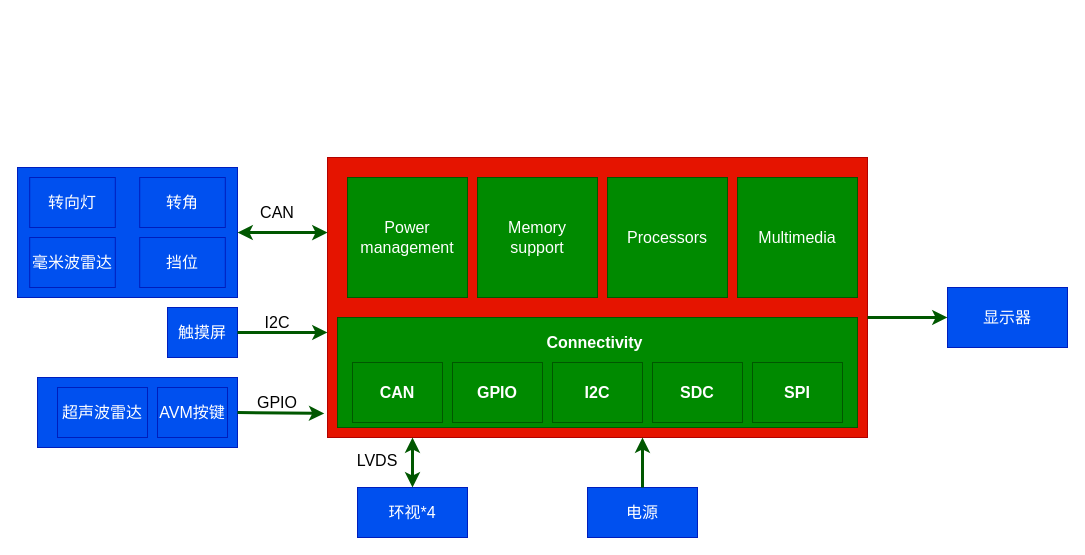
Above: page "硬件架构" (2 of 2) of AVM1.0.drawio in bugquella/diagrams (draw.io), before the change. Source tidied: cells renumbered, new cells numbered last; positions are measured from the earlier drawing's top-left corner, leaving out a move shared by most shapes. Both pictures are drawn from the tidied source at 100%, with x=0, y=0 at pixel (17, 157).
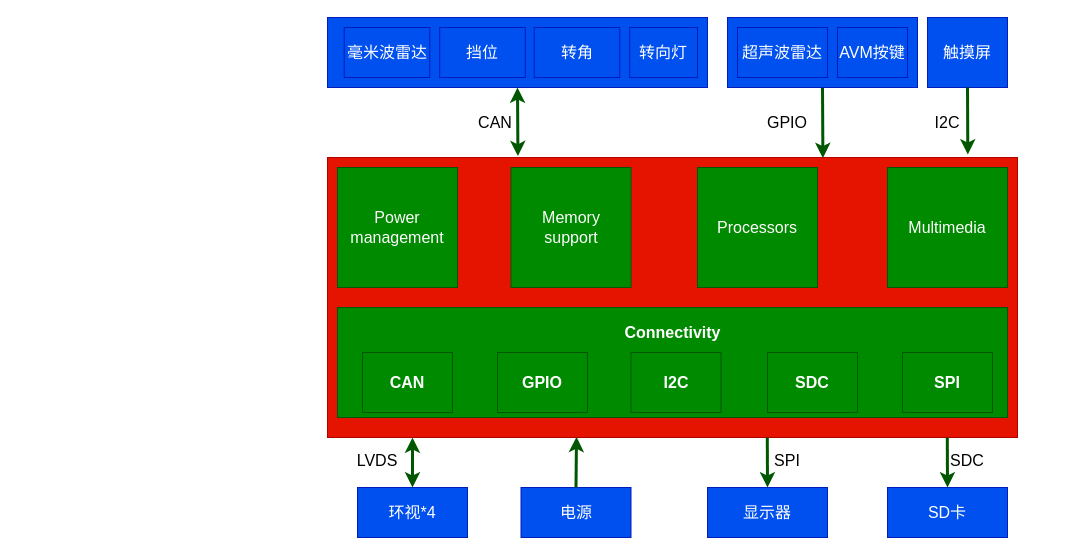
The same diagram, later.

What changed in the source:
```diff
@@
-    <mxCell id="2" style="rounded=0;whiteSpace=wrap;html=1;fillColor=#0050ef;fontColor=#ffffff;strokeColor=#001DBC;" parent="1" vertex="1">
-      <mxGeometry x="20" y="220" width="200" height="70" as="geometry" />
-    </mxCell>
@@
     <mxCell id="4" style="rounded=0;whiteSpace=wrap;html=1;fontSize=16;fillColor=#e51400;fontColor=#ffffff;strokeColor=#B20000;" parent="1" vertex="1">
-      <mxGeometry x="310" width="540" height="280" as="geometry" />
+      <mxGeometry x="310" width="690" height="280" as="geometry" />
     </mxCell>
     <mxCell id="5" value="触摸屏" style="rounded=0;whiteSpace=wrap;html=1;fontSize=16;fillColor=#0050ef;fontColor=#ffffff;strokeColor=#001DBC;" parent="1" vertex="1">
-      <mxGeometry x="150" y="150" width="70" height="50" as="geometry" />
+      <mxGeometry x="910" y="-140" width="80" height="70" as="geometry" />
     </mxCell>
-    <mxCell id="6" style="group;fontSize=16;fillColor=#0050ef;fontColor=#000000;strokeColor=#001DBC;" parent="1" vertex="1">
-      <mxGeometry y="10" width="220" height="130" as="geometry" />
-    </mxCell>
-    <mxCell id="7" style="rounded=0;whiteSpace=wrap;html=1;fontSize=12;fillColor=#0050ef;fontColor=#ffffff;strokeColor=#001DBC;" parent="6" vertex="1">
-      <mxGeometry width="220" height="130" as="geometry" />
-    </mxCell>
-    <mxCell id="8" value="&lt;font style=&quot;font-size: 16px&quot;&gt;转角&lt;/font&gt;" style="rounded=0;whiteSpace=wrap;html=1;fontSize=16;fillColor=#0050ef;fontColor=#ffffff;strokeColor=#001DBC;" parent="6" vertex="1">
-      <mxGeometry x="122.2" y="10" width="85.6" height="50" as="geometry" />
-    </mxCell>
-    <mxCell id="9" value="挡位" style="rounded=0;whiteSpace=wrap;html=1;fontSize=16;fillColor=#0050ef;fontColor=#ffffff;strokeColor=#001DBC;" parent="6" vertex="1">
-      <mxGeometry x="122.2" y="70" width="85.6" height="50" as="geometry" />
-    </mxCell>
-    <mxCell id="10" value="转向灯" style="rounded=0;whiteSpace=wrap;html=1;fontSize=16;fillColor=#0050ef;fontColor=#ffffff;strokeColor=#001DBC;" parent="6" vertex="1">
-      <mxGeometry x="12.2" y="10" width="85.6" height="50" as="geometry" />
-    </mxCell>
-    <mxCell id="11" value="毫米波雷达" style="rounded=0;whiteSpace=wrap;html=1;fontSize=16;fillColor=#0050ef;fontColor=#ffffff;strokeColor=#001DBC;" parent="6" vertex="1">
-      <mxGeometry x="12.2" y="70" width="85.6" height="50" as="geometry" />
-    </mxCell>
     <mxCell id="12" value="I2C" style="text;html=1;strokeColor=none;fillColor=none;align=center;verticalAlign=middle;whiteSpace=wrap;rounded=0;fontSize=16;" parent="1" vertex="1">
-      <mxGeometry x="230" y="150" width="60" height="30" as="geometry" />
+      <mxGeometry x="900" y="-50" width="60" height="30" as="geometry" />
     </mxCell>
-    <mxCell id="13" style="endArrow=classic;html=1;rounded=0;fontSize=12;strokeWidth=3;exitX=1;exitY=0.5;exitDx=0;exitDy=0;fillColor=#008a00;strokeColor=#005700;" parent="1" edge="1" source="5">
-      <mxGeometry relative="1" as="geometry">
-        <mxPoint x="310" y="175" as="targetPoint" />
-      </mxGeometry>
+    <mxCell id="13" style="endArrow=classic;html=1;rounded=0;fontSize=12;strokeWidth=3;exitX=0.5;exitY=1;exitDx=0;exitDy=0;fillColor=#008a00;strokeColor=#005700;entryX=0.928;entryY=-0.011;entryDx=0;entryDy=0;entryPerimeter=0;" parent="1" edge="1" source="5" target="4">
+      <mxGeometry relative="1" as="geometry" />
     </mxCell>
-    <mxCell id="14" value="AVM按键" style="rounded=0;whiteSpace=wrap;html=1;fontSize=16;fillColor=#0050ef;fontColor=#ffffff;strokeColor=#001DBC;" parent="1" vertex="1">
-      <mxGeometry x="140" y="230" width="70" height="50" as="geometry" />
-    </mxCell>
-    <mxCell id="15" style="endArrow=classic;html=1;rounded=0;fontSize=12;strokeWidth=3;fillColor=#008a00;strokeColor=#005700;entryX=-0.006;entryY=0.914;entryDx=0;entryDy=0;entryPerimeter=0;exitX=1;exitY=0.5;exitDx=0;exitDy=0;" parent="1" edge="1" source="2" target="4">
+    <mxCell id="15" style="endArrow=classic;html=1;rounded=0;fontSize=12;strokeWidth=3;fillColor=#008a00;strokeColor=#005700;exitX=0.5;exitY=1;exitDx=0;exitDy=0;entryX=0.718;entryY=0.002;entryDx=0;entryDy=0;entryPerimeter=0;" parent="1" edge="1" source="2" target="4">
       <mxGeometry relative="1" as="geometry" />
     </mxCell>
     <mxCell id="16" value="GPIO" style="text;html=1;strokeColor=none;fillColor=none;align=center;verticalAlign=middle;whiteSpace=wrap;rounded=0;fontSize=16;" parent="1" vertex="1">
-      <mxGeometry x="230" y="230" width="60" height="30" as="geometry" />
+      <mxGeometry x="740" y="-50" width="60" height="30" as="geometry" />
     </mxCell>
     <mxCell id="17" value="电源" style="rounded=0;whiteSpace=wrap;html=1;fontSize=16;align=center;fillColor=#0050ef;fontColor=#ffffff;strokeColor=#001DBC;" parent="1" vertex="1">
-      <mxGeometry x="570" y="330" width="110" height="50" as="geometry" />
+      <mxGeometry x="503.5" y="330" width="110" height="50" as="geometry" />
     </mxCell>
-    <mxCell id="18" style="endArrow=classic;html=1;rounded=0;fontSize=12;strokeWidth=3;exitX=0.5;exitY=0;exitDx=0;exitDy=0;fillColor=#008a00;strokeColor=#005700;" parent="1" edge="1" source="17">
+    <mxCell id="18" style="endArrow=classic;html=1;rounded=0;fontSize=12;strokeWidth=3;exitX=0.5;exitY=0;exitDx=0;exitDy=0;fillColor=#008a00;strokeColor=#005700;entryX=0.399;entryY=0.998;entryDx=0;entryDy=0;entryPerimeter=0;" parent="1" edge="1" source="17">
       <mxGeometry relative="1" as="geometry">
-        <mxPoint x="625" y="280" as="targetPoint" />
+        <mxPoint x="559" y="279.4" as="targetPoint" />
       </mxGeometry>
     </mxCell>
-    <mxCell id="19" value="超声波雷达" style="rounded=0;whiteSpace=wrap;html=1;fontSize=16;fillColor=#0050ef;fontColor=#ffffff;strokeColor=#001DBC;" parent="1" vertex="1">
-      <mxGeometry x="40" y="230" width="90" height="50" as="geometry" />
-    </mxCell>
     <mxCell id="20" value="显示器" style="rounded=0;whiteSpace=wrap;html=1;fontSize=16;fillColor=#0050ef;fontColor=#ffffff;strokeColor=#001DBC;" parent="1" vertex="1">
-      <mxGeometry x="930" y="130" width="120" height="60" as="geometry" />
+      <mxGeometry x="690" y="330" width="120" height="50" as="geometry" />
     </mxCell>
     <mxCell id="21" style="group;fontSize=16;fillColor=#008a00;fontColor=#ffffff;strokeColor=#005700;" parent="1" vertex="1">
-      <mxGeometry x="320" y="160" width="520" height="110" as="geometry" />
+      <mxGeometry x="330" y="150" width="520" height="110" as="geometry" />
     </mxCell>
-    <mxCell id="22" style="group;fillColor=#fad7ac;strokeColor=#b46504;fontColor=#000000;" parent="21" vertex="1">
-      <mxGeometry width="520" height="110" as="geometry" />
-    </mxCell>
-    <mxCell id="23" style="rounded=0;whiteSpace=wrap;html=1;strokeColor=#005700;fillColor=#008a00;fontColor=#ffffff;" parent="21" vertex="1">
-      <mxGeometry width="520" height="110" as="geometry" />
-    </mxCell>
-    <mxCell id="24" value="GPIO" style="rounded=0;whiteSpace=wrap;html=1;fillColor=#008a00;strokeColor=#005700;fontStyle=1;fontSize=16;fontColor=#ffffff;" parent="21" vertex="1">
-      <mxGeometry x="115" y="45" width="90" height="60" as="geometry" />
-    </mxCell>
-    <mxCell id="25" value="I2C" style="rounded=0;whiteSpace=wrap;html=1;fillColor=#008a00;strokeColor=#005700;fontStyle=1;fontSize=16;fontColor=#ffffff;" parent="21" vertex="1">
-      <mxGeometry x="215" y="45" width="90" height="60" as="geometry" />
-    </mxCell>
-    <mxCell id="26" value="SDC" style="rounded=0;whiteSpace=wrap;html=1;fillColor=#008a00;strokeColor=#005700;fontStyle=1;fontSize=16;fontColor=#ffffff;" parent="21" vertex="1">
-      <mxGeometry x="315" y="45" width="90" height="60" as="geometry" />
-    </mxCell>
-    <mxCell id="27" value="SPI" style="rounded=0;whiteSpace=wrap;html=1;fillColor=#008a00;strokeColor=#005700;fontStyle=1;fontSize=16;fontColor=#ffffff;" parent="21" vertex="1">
-      <mxGeometry x="415" y="45" width="90" height="60" as="geometry" />
-    </mxCell>
-    <mxCell id="28" value="CAN" style="rounded=0;whiteSpace=wrap;html=1;fillColor=#008a00;strokeColor=#005700;fontStyle=1;fontSize=16;fontColor=#ffffff;" parent="21" vertex="1">
-      <mxGeometry x="15" y="45" width="90" height="60" as="geometry" />
-    </mxCell>
-    <mxCell id="29" value="&lt;font color=&quot;#FFFFFF&quot;&gt;&lt;b&gt;&lt;font style=&quot;font-size: 16px&quot;&gt;Connectivity&lt;/font&gt;&lt;/b&gt;&lt;/font&gt;" style="text;html=1;strokeColor=none;fillColor=none;align=center;verticalAlign=middle;whiteSpace=wrap;rounded=0;fontColor=#000000;" parent="21" vertex="1">
-      <mxGeometry x="200" y="10" width="115" height="30" as="geometry" />
-    </mxCell>
     <mxCell id="30" value="Multimedia" style="rounded=0;whiteSpace=wrap;html=1;fontSize=16;strokeColor=#005700;fillColor=#008a00;fontColor=#ffffff;" parent="1" vertex="1">
-      <mxGeometry x="720" y="20" width="120" height="120" as="geometry" />
+      <mxGeometry x="870" y="10" width="120" height="120" as="geometry" />
     </mxCell>
     <mxCell id="31" value="Processors" style="rounded=0;whiteSpace=wrap;html=1;fontSize=16;strokeColor=#005700;fillColor=#008a00;fontColor=#ffffff;" parent="1" vertex="1">
-      <mxGeometry x="590" y="20" width="120" height="120" as="geometry" />
+      <mxGeometry x="680" y="10" width="120" height="120" as="geometry" />
     </mxCell>
     <mxCell id="32" value="Memory &lt;br&gt;support" style="rounded=0;whiteSpace=wrap;html=1;fontSize=16;strokeColor=#005700;fillColor=#008a00;fontColor=#ffffff;" parent="1" vertex="1">
-      <mxGeometry x="460" y="20" width="120" height="120" as="geometry" />
+      <mxGeometry x="493.5" y="10" width="120" height="120" as="geometry" />
     </mxCell>
     <mxCell id="33" value="Power management" style="rounded=0;whiteSpace=wrap;html=1;fontSize=16;strokeColor=#005700;fillColor=#008a00;fontColor=#ffffff;" parent="1" vertex="1">
-      <mxGeometry x="330" y="20" width="120" height="120" as="geometry" />
+      <mxGeometry x="320" y="10" width="120" height="120" as="geometry" />
     </mxCell>
-    <mxCell id="34" style="endArrow=classic;html=1;rounded=0;fontSize=12;strokeWidth=3;fillColor=#008a00;strokeColor=#005700;entryX=0;entryY=0.5;entryDx=0;entryDy=0;" parent="1" edge="1" target="20">
+    <mxCell id="34" style="endArrow=classic;html=1;rounded=0;fontSize=12;strokeWidth=3;fillColor=#008a00;strokeColor=#005700;entryX=0.5;entryY=0;entryDx=0;entryDy=0;exitX=0.87;exitY=1;exitDx=0;exitDy=0;exitPerimeter=0;" parent="1" edge="1" target="20">
       <mxGeometry relative="1" as="geometry">
-        <mxPoint x="850" y="160" as="sourcePoint" />
+        <mxPoint x="749.8" y="280" as="sourcePoint" />
       </mxGeometry>
     </mxCell>
-    <mxCell id="35" style="endArrow=classic;startArrow=classic;html=1;rounded=0;fontSize=16;fillColor=#008a00;strokeColor=#005700;strokeWidth=3;entryX=1;entryY=0.5;entryDx=0;entryDy=0;exitX=0;exitY=0.268;exitDx=0;exitDy=0;exitPerimeter=0;" parent="1" edge="1" source="4" target="7">
+    <mxCell id="35" style="endArrow=classic;startArrow=classic;html=1;rounded=0;fontSize=16;fillColor=#008a00;strokeColor=#005700;strokeWidth=3;entryX=0.5;entryY=1;entryDx=0;entryDy=0;exitX=0.276;exitY=-0.005;exitDx=0;exitDy=0;exitPerimeter=0;" parent="1" edge="1" source="4" target="7">
       <mxGeometry relative="1" as="geometry" />
     </mxCell>
     <mxCell id="36" value="&lt;font style=&quot;font-size: 16px&quot;&gt;CAN&lt;/font&gt;" style="text;html=1;strokeColor=none;fillColor=none;align=center;verticalAlign=middle;whiteSpace=wrap;rounded=0;fontSize=12;" parent="1" vertex="1">
-      <mxGeometry x="230" y="40" width="60" height="30" as="geometry" />
+      <mxGeometry x="447.8" y="-50" width="60" height="30" as="geometry" />
     </mxCell>
@@
+    <mxCell id="39" value="SPI" style="text;html=1;strokeColor=none;fillColor=none;align=center;verticalAlign=middle;whiteSpace=wrap;rounded=0;fontSize=16;" parent="1" vertex="1">
+      <mxGeometry x="740" y="287.5" width="60" height="30" as="geometry" />
+    </mxCell>
+    <mxCell id="40" value="SD卡" style="rounded=0;whiteSpace=wrap;html=1;fontSize=16;fillColor=#0050ef;fontColor=#ffffff;strokeColor=#001DBC;" parent="1" vertex="1">
+      <mxGeometry x="870" y="330" width="120" height="50" as="geometry" />
+    </mxCell>
+    <mxCell id="41" style="endArrow=classic;html=1;rounded=0;fontSize=12;strokeWidth=3;fillColor=#008a00;strokeColor=#005700;entryX=0.5;entryY=0;entryDx=0;entryDy=0;exitX=0.87;exitY=1;exitDx=0;exitDy=0;exitPerimeter=0;" parent="1" edge="1">
+      <mxGeometry relative="1" as="geometry">
+        <mxPoint x="929.8" y="280" as="sourcePoint" />
+        <mxPoint x="930" y="330" as="targetPoint" />
+      </mxGeometry>
+    </mxCell>
+    <mxCell id="42" value="SDC" style="text;html=1;strokeColor=none;fillColor=none;align=center;verticalAlign=middle;whiteSpace=wrap;rounded=0;fontSize=16;" parent="1" vertex="1">
+      <mxGeometry x="920" y="287.5" width="60" height="30" as="geometry" />
+    </mxCell>
+    <mxCell id="22" style="group;fillColor=#fad7ac;strokeColor=#b46504;fontColor=#000000;" parent="1" vertex="1">
+      <mxGeometry x="330" y="150" width="520" height="110" as="geometry" />
+    </mxCell>
+    <mxCell id="23" style="rounded=0;whiteSpace=wrap;html=1;strokeColor=#005700;fillColor=#008a00;fontColor=#ffffff;" parent="1" vertex="1">
+      <mxGeometry x="320" y="150" width="670" height="110" as="geometry" />
+    </mxCell>
+    <mxCell id="24" value="GPIO" style="rounded=0;whiteSpace=wrap;html=1;fillColor=#008a00;strokeColor=#005700;fontStyle=1;fontSize=16;fontColor=#ffffff;" parent="1" vertex="1">
+      <mxGeometry x="480" y="195" width="90" height="60" as="geometry" />
+    </mxCell>
+    <mxCell id="25" value="I2C" style="rounded=0;whiteSpace=wrap;html=1;fillColor=#008a00;strokeColor=#005700;fontStyle=1;fontSize=16;fontColor=#ffffff;" parent="1" vertex="1">
+      <mxGeometry x="613.5" y="195" width="90" height="60" as="geometry" />
+    </mxCell>
+    <mxCell id="26" value="SDC" style="rounded=0;whiteSpace=wrap;html=1;fillColor=#008a00;strokeColor=#005700;fontStyle=1;fontSize=16;fontColor=#ffffff;" parent="1" vertex="1">
+      <mxGeometry x="750" y="195" width="90" height="60" as="geometry" />
+    </mxCell>
+    <mxCell id="27" value="SPI" style="rounded=0;whiteSpace=wrap;html=1;fillColor=#008a00;strokeColor=#005700;fontStyle=1;fontSize=16;fontColor=#ffffff;" parent="1" vertex="1">
+      <mxGeometry x="885" y="195" width="90" height="60" as="geometry" />
+    </mxCell>
+    <mxCell id="28" value="CAN" style="rounded=0;whiteSpace=wrap;html=1;fillColor=#008a00;strokeColor=#005700;fontStyle=1;fontSize=16;fontColor=#ffffff;" parent="1" vertex="1">
+      <mxGeometry x="345" y="195" width="90" height="60" as="geometry" />
+    </mxCell>
+    <mxCell id="29" value="&lt;font color=&quot;#FFFFFF&quot;&gt;&lt;b&gt;&lt;font style=&quot;font-size: 16px&quot;&gt;Connectivity&lt;/font&gt;&lt;/b&gt;&lt;/font&gt;" style="text;html=1;strokeColor=none;fillColor=none;align=center;verticalAlign=middle;whiteSpace=wrap;rounded=0;fontColor=#000000;" parent="1" vertex="1">
+      <mxGeometry x="597.5" y="160" width="115" height="30" as="geometry" />
+    </mxCell>
+    <mxCell id="43" style="group;" parent="1" vertex="1">
+      <mxGeometry x="710" y="-140" width="190" height="70" as="geometry" />
+    </mxCell>
+    <mxCell id="2" style="rounded=0;whiteSpace=wrap;html=1;fillColor=#0050ef;fontColor=#ffffff;strokeColor=#001DBC;" parent="43" vertex="1">
+      <mxGeometry width="190" height="70" as="geometry" />
+    </mxCell>
+    <mxCell id="14" value="AVM按键" style="rounded=0;whiteSpace=wrap;html=1;fontSize=16;fillColor=#0050ef;fontColor=#ffffff;strokeColor=#001DBC;" parent="43" vertex="1">
+      <mxGeometry x="110" y="10" width="70" height="50" as="geometry" />
+    </mxCell>
+    <mxCell id="19" value="超声波雷达" style="rounded=0;whiteSpace=wrap;html=1;fontSize=16;fillColor=#0050ef;fontColor=#ffffff;strokeColor=#001DBC;" parent="43" vertex="1">
+      <mxGeometry x="10" y="10" width="90" height="50" as="geometry" />
+    </mxCell>
+    <mxCell id="7" style="rounded=0;whiteSpace=wrap;html=1;fontSize=12;fillColor=#0050ef;fontColor=#ffffff;strokeColor=#001DBC;" parent="1" vertex="1">
+      <mxGeometry x="310" y="-140" width="380" height="70" as="geometry" />
+    </mxCell>
+    <mxCell id="8" value="&lt;font style=&quot;font-size: 16px&quot;&gt;转角&lt;/font&gt;" style="rounded=0;whiteSpace=wrap;html=1;fontSize=16;fillColor=#0050ef;fontColor=#ffffff;strokeColor=#001DBC;" parent="1" vertex="1">
+      <mxGeometry x="516.7" y="-130" width="85.6" height="50" as="geometry" />
+    </mxCell>
+    <mxCell id="9" value="挡位" style="rounded=0;whiteSpace=wrap;html=1;fontSize=16;fillColor=#0050ef;fontColor=#ffffff;strokeColor=#001DBC;" parent="1" vertex="1">
+      <mxGeometry x="422.2" y="-130" width="85.6" height="50" as="geometry" />
+    </mxCell>
+    <mxCell id="10" value="转向灯" style="rounded=0;whiteSpace=wrap;html=1;fontSize=16;fillColor=#0050ef;fontColor=#ffffff;strokeColor=#001DBC;" parent="1" vertex="1">
+      <mxGeometry x="612.2" y="-130" width="67.8" height="50" as="geometry" />
+    </mxCell>
+    <mxCell id="11" value="毫米波雷达" style="rounded=0;whiteSpace=wrap;html=1;fontSize=16;fillColor=#0050ef;fontColor=#ffffff;strokeColor=#001DBC;" parent="1" vertex="1">
+      <mxGeometry x="326.7" y="-130" width="85.6" height="50" as="geometry" />
+    </mxCell>
```
